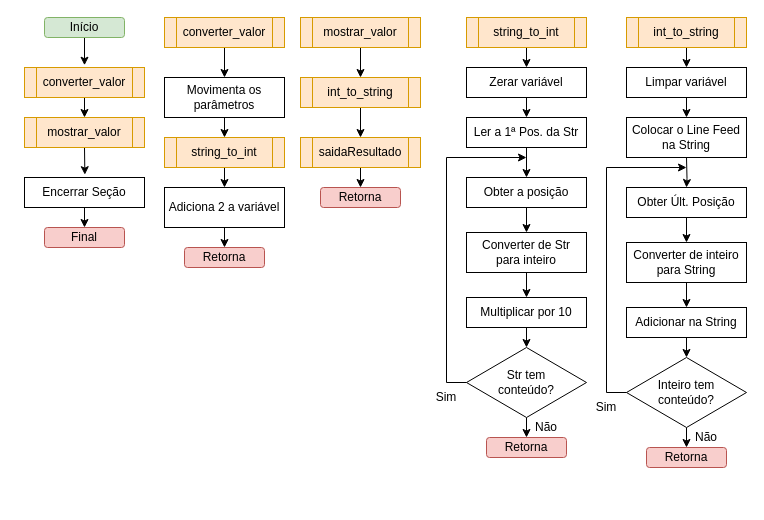
Earlier version of the draw.io diagram LivroAsm/Pictures/cap01/programa14.drawio (fernandoans/publicacoes). Source tidied: cells renumbered, new cells numbered last; positions are measured from the earlier drawing's top-left corner, leaving out a move shared by most shapes. Both pictures are drawn from the tidied source at 100%, with x=0, y=0 at pixel (24, 17).
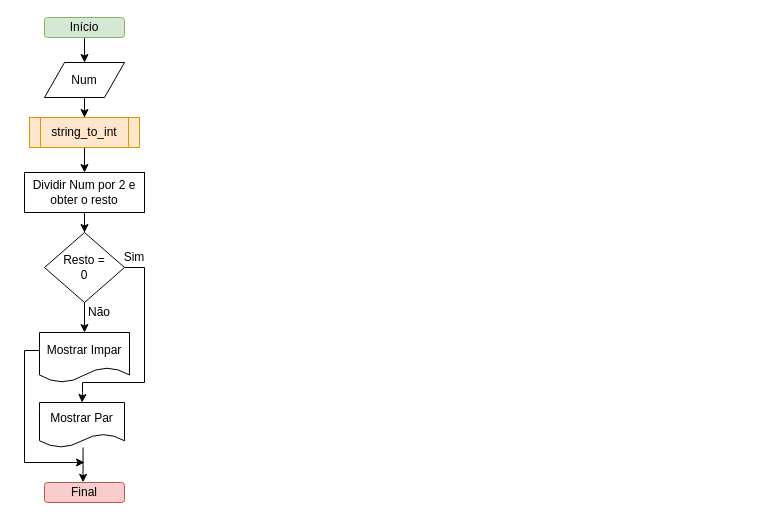
After the change.

Unchanged cells that the change refers to:
```xml
<mxCell id="3" value="Início" style="rounded=1;whiteSpace=wrap;html=1;fillColor=#d5e8d4;strokeColor=#82b366;" parent="1" vertex="1">
  <mxGeometry x="20" width="80" height="20" as="geometry" />
</mxCell>
```

Diff of the diagram source:
```diff
@@
-    <mxCell id="2" style="edgeStyle=orthogonalEdgeStyle;rounded=0;jettySize=auto;html=1;entryX=0.5;entryY=-0.076;entryDx=0;entryDy=0;entryPerimeter=0;" parent="1" edge="1" source="3" target="5">
+    <mxCell id="2" style="edgeStyle=orthogonalEdgeStyle;rounded=0;jettySize=auto;html=1;entryX=0.5;entryY=0;entryDx=0;entryDy=0;" parent="1" edge="1" source="3" target="64">
       <mxGeometry relative="1" as="geometry" />
     </mxCell>
@@
-    <mxCell id="4" style="edgeStyle=orthogonalEdgeStyle;rounded=0;jettySize=auto;html=1;exitX=0.5;exitY=1;exitDx=0;exitDy=0;entryX=0.5;entryY=0;entryDx=0;entryDy=0;" parent="1" edge="1" source="5" target="7">
-      <mxGeometry relative="1" as="geometry" />
-    </mxCell>
-    <mxCell id="5" value="converter_valor" style="shape=process;whiteSpace=wrap;html=1;backgroundOutline=1;fillColor=#ffe6cc;strokeColor=#d79b00;" parent="1" vertex="1">
-      <mxGeometry y="50" width="120" height="30" as="geometry" />
-    </mxCell>
-    <mxCell id="6" style="edgeStyle=orthogonalEdgeStyle;rounded=0;jettySize=auto;html=1;exitX=0.5;exitY=1;exitDx=0;exitDy=0;entryX=0.503;entryY=-0.094;entryDx=0;entryDy=0;entryPerimeter=0;" parent="1" edge="1" source="7" target="9">
-      <mxGeometry relative="1" as="geometry" />
-    </mxCell>
-    <mxCell id="7" value="mostrar_valor" style="shape=process;whiteSpace=wrap;html=1;backgroundOutline=1;fillColor=#ffe6cc;strokeColor=#d79b00;" parent="1" vertex="1">
-      <mxGeometry y="100" width="120" height="30" as="geometry" />
-    </mxCell>
-    <mxCell id="8" style="edgeStyle=orthogonalEdgeStyle;rounded=0;jettySize=auto;html=1;exitX=0.5;exitY=1;exitDx=0;exitDy=0;entryX=0.5;entryY=0;entryDx=0;entryDy=0;" parent="1" edge="1" source="9" target="10">
-      <mxGeometry relative="1" as="geometry" />
-    </mxCell>
-    <mxCell id="9" value="Encerrar Seção" style="rounded=0;whiteSpace=wrap;html=1;" parent="1" vertex="1">
-      <mxGeometry y="160" width="120" height="30" as="geometry" />
-    </mxCell>
+    <mxCell id="63" style="edgeStyle=orthogonalEdgeStyle;rounded=0;jettySize=auto;html=1;entryX=0.5;entryY=0;entryDx=0;entryDy=0;" parent="1" edge="1" source="64" target="66">
+      <mxGeometry relative="1" as="geometry" />
+    </mxCell>
+    <mxCell id="64" value="Num" style="shape=parallelogram;perimeter=parallelogramPerimeter;whiteSpace=wrap;html=1;fixedSize=1;" parent="1" vertex="1">
+      <mxGeometry x="20" y="45" width="80" height="35" as="geometry" />
+    </mxCell>
+    <mxCell id="65" style="edgeStyle=orthogonalEdgeStyle;rounded=0;jettySize=auto;html=1;" parent="1" edge="1" source="66" target="68">
+      <mxGeometry relative="1" as="geometry" />
+    </mxCell>
+    <mxCell id="66" value="string_to_int" style="shape=process;whiteSpace=wrap;html=1;backgroundOutline=1;fillColor=#ffe6cc;strokeColor=#d79b00;" parent="1" vertex="1">
+      <mxGeometry x="5" y="100" width="110" height="30" as="geometry" />
+    </mxCell>
+    <mxCell id="67" style="edgeStyle=orthogonalEdgeStyle;rounded=0;jettySize=auto;html=1;" parent="1" edge="1" source="68" target="71">
+      <mxGeometry relative="1" as="geometry" />
+    </mxCell>
+    <mxCell id="68" value="Dividir Num por 2 e obter o resto" style="whiteSpace=wrap;html=1;" parent="1" vertex="1">
+      <mxGeometry y="155" width="120" height="40" as="geometry" />
+    </mxCell>
+    <mxCell id="69" style="edgeStyle=orthogonalEdgeStyle;rounded=0;jettySize=auto;html=1;" parent="1" edge="1" source="71" target="73">
+      <mxGeometry relative="1" as="geometry" />
+    </mxCell>
+    <mxCell id="70" style="edgeStyle=orthogonalEdgeStyle;rounded=0;jettySize=auto;html=1;entryX=0.5;entryY=0;entryDx=0;entryDy=0;" parent="1" edge="1" source="71" target="75">
+      <mxGeometry relative="1" as="geometry">
+        <Array as="points">
+          <mxPoint x="120" y="250" />
+          <mxPoint x="120" y="365" />
+          <mxPoint x="58" y="365" />
+          <mxPoint x="58" y="375" />
+          <mxPoint x="58" y="375" />
+        </Array>
+      </mxGeometry>
+    </mxCell>
+    <mxCell id="71" value="Resto =&lt;br&gt;0" style="rhombus;whiteSpace=wrap;html=1;" parent="1" vertex="1">
+      <mxGeometry x="20" y="215" width="80" height="70" as="geometry" />
+    </mxCell>
+    <mxCell id="72" style="edgeStyle=orthogonalEdgeStyle;rounded=0;jettySize=auto;html=1;" parent="1" edge="1" source="73">
+      <mxGeometry relative="1" as="geometry">
+        <mxPoint x="60" y="445" as="targetPoint" />
+        <Array as="points">
+          <mxPoint y="333" />
+          <mxPoint y="445" />
+        </Array>
+      </mxGeometry>
+    </mxCell>
+    <mxCell id="73" value="Mostrar Impar" style="shape=document;whiteSpace=wrap;html=1;boundedLbl=1;" parent="1" vertex="1">
+      <mxGeometry x="15" y="315" width="90" height="50" as="geometry" />
+    </mxCell>
+    <mxCell id="74" style="edgeStyle=orthogonalEdgeStyle;rounded=0;jettySize=auto;html=1;entryX=0.482;entryY=-0.01;entryDx=0;entryDy=0;entryPerimeter=0;" parent="1" edge="1" source="75" target="10">
+      <mxGeometry relative="1" as="geometry">
+        <Array as="points">
+          <mxPoint x="59" y="465" />
+          <mxPoint x="59" y="465" />
+        </Array>
+      </mxGeometry>
+    </mxCell>
+    <mxCell id="75" value="Mostrar Par" style="shape=document;whiteSpace=wrap;html=1;boundedLbl=1;" parent="1" vertex="1">
+      <mxGeometry x="15" y="385" width="85" height="45" as="geometry" />
+    </mxCell>
     <mxCell id="10" value="Final" style="rounded=1;whiteSpace=wrap;html=1;fillColor=#f8cecc;strokeColor=#b85450;" parent="1" vertex="1">
-      <mxGeometry x="20" y="210" width="80" height="20" as="geometry" />
+      <mxGeometry x="20" y="465" width="80" height="20" as="geometry" />
     </mxCell>
-    <mxCell id="11" style="edgeStyle=orthogonalEdgeStyle;rounded=0;jettySize=auto;html=1;exitX=0.5;exitY=1;exitDx=0;exitDy=0;entryX=0.5;entryY=0;entryDx=0;entryDy=0;" parent="1" edge="1" source="12" target="14">
-      <mxGeometry relative="1" as="geometry" />
-    </mxCell>
-    <mxCell id="12" value="converter_valor" style="shape=process;whiteSpace=wrap;html=1;backgroundOutline=1;fillColor=#ffe6cc;strokeColor=#d79b00;" parent="1" vertex="1">
-      <mxGeometry x="140" width="120" height="30" as="geometry" />
-    </mxCell>
-    <mxCell id="13" style="edgeStyle=orthogonalEdgeStyle;rounded=0;jettySize=auto;html=1;exitX=0.5;exitY=1;exitDx=0;exitDy=0;entryX=0.5;entryY=0;entryDx=0;entryDy=0;" parent="1" edge="1" source="14" target="16">
-      <mxGeometry relative="1" as="geometry" />
-    </mxCell>
-    <mxCell id="14" value="Movimenta os parâmetros" style="rounded=0;whiteSpace=wrap;html=1;" parent="1" vertex="1">
-      <mxGeometry x="140" y="60" width="120" height="40" as="geometry" />
-    </mxCell>
-    <mxCell id="15" style="edgeStyle=orthogonalEdgeStyle;rounded=0;jettySize=auto;html=1;exitX=0.5;exitY=1;exitDx=0;exitDy=0;entryX=0.5;entryY=0;entryDx=0;entryDy=0;" parent="1" edge="1" source="16" target="26">
-      <mxGeometry relative="1" as="geometry" />
-    </mxCell>
-    <mxCell id="16" value="string_to_int" style="shape=process;whiteSpace=wrap;html=1;backgroundOutline=1;fillColor=#ffe6cc;strokeColor=#d79b00;" parent="1" vertex="1">
-      <mxGeometry x="140" y="120" width="120" height="30" as="geometry" />
-    </mxCell>
-    <mxCell id="17" value="Retorna" style="rounded=1;whiteSpace=wrap;html=1;fillColor=#f8cecc;strokeColor=#b85450;" parent="1" vertex="1">
-      <mxGeometry x="160" y="230" width="80" height="20" as="geometry" />
-    </mxCell>
-    <mxCell id="18" style="edgeStyle=orthogonalEdgeStyle;rounded=0;jettySize=auto;html=1;exitX=0.5;exitY=1;exitDx=0;exitDy=0;entryX=0.5;entryY=0;entryDx=0;entryDy=0;" parent="1" edge="1" source="19">
-      <mxGeometry relative="1" as="geometry">
-        <mxPoint x="336" y="60" as="targetPoint" />
-      </mxGeometry>
-    </mxCell>
-    <mxCell id="19" value="mostrar_valor" style="shape=process;whiteSpace=wrap;html=1;backgroundOutline=1;fillColor=#ffe6cc;strokeColor=#d79b00;" parent="1" vertex="1">
-      <mxGeometry x="276" width="120" height="30" as="geometry" />
-    </mxCell>
-    <mxCell id="20" style="edgeStyle=orthogonalEdgeStyle;rounded=0;jettySize=auto;html=1;exitX=0.5;exitY=1;exitDx=0;exitDy=0;entryX=0.5;entryY=0;entryDx=0;entryDy=0;" parent="1" edge="1" source="24" target="22">
-      <mxGeometry relative="1" as="geometry" />
-    </mxCell>
-    <mxCell id="21" style="edgeStyle=orthogonalEdgeStyle;rounded=0;jettySize=auto;html=1;exitX=0.5;exitY=1;exitDx=0;exitDy=0;entryX=0.5;entryY=0;entryDx=0;entryDy=0;" parent="1" edge="1" source="22" target="23">
-      <mxGeometry relative="1" as="geometry" />
-    </mxCell>
-    <mxCell id="22" value="saidaResultado" style="shape=process;whiteSpace=wrap;html=1;backgroundOutline=1;fillColor=#ffe6cc;strokeColor=#d79b00;" parent="1" vertex="1">
-      <mxGeometry x="276" y="120" width="120" height="30" as="geometry" />
-    </mxCell>
-    <mxCell id="23" value="Retorna" style="rounded=1;whiteSpace=wrap;html=1;fillColor=#f8cecc;strokeColor=#b85450;" parent="1" vertex="1">
-      <mxGeometry x="296" y="170" width="80" height="20" as="geometry" />
-    </mxCell>
-    <mxCell id="24" value="int_to_string" style="shape=process;whiteSpace=wrap;html=1;backgroundOutline=1;fillColor=#ffe6cc;strokeColor=#d79b00;" parent="1" vertex="1">
-      <mxGeometry x="276" y="60" width="120" height="30" as="geometry" />
-    </mxCell>
-    <mxCell id="25" style="edgeStyle=orthogonalEdgeStyle;rounded=0;jettySize=auto;html=1;exitX=0.5;exitY=1;exitDx=0;exitDy=0;entryX=0.5;entryY=0;entryDx=0;entryDy=0;" parent="1" edge="1" source="26" target="17">
-      <mxGeometry relative="1" as="geometry" />
-    </mxCell>
-    <mxCell id="26" value="Adiciona 2 a variável" style="rounded=0;whiteSpace=wrap;html=1;" parent="1" vertex="1">
-      <mxGeometry x="140" y="170" width="120" height="40" as="geometry" />
-    </mxCell>
-    <mxCell id="27" style="edgeStyle=orthogonalEdgeStyle;rounded=0;jettySize=auto;html=1;exitX=0.5;exitY=1;exitDx=0;exitDy=0;entryX=0.5;entryY=0;entryDx=0;entryDy=0;" parent="1" edge="1" source="28" target="40">
-      <mxGeometry relative="1" as="geometry" />
-    </mxCell>
-    <mxCell id="28" value="int_to_string" style="shape=process;whiteSpace=wrap;html=1;backgroundOutline=1;fillColor=#ffe6cc;strokeColor=#d79b00;" parent="1" vertex="1">
-      <mxGeometry x="602" width="120" height="30" as="geometry" />
-    </mxCell>
-    <mxCell id="29" style="edgeStyle=orthogonalEdgeStyle;rounded=0;jettySize=auto;html=1;exitX=0.5;exitY=1;exitDx=0;exitDy=0;entryX=0.5;entryY=0;entryDx=0;entryDy=0;" parent="1" edge="1" source="30" target="32">
-      <mxGeometry relative="1" as="geometry" />
-    </mxCell>
-    <mxCell id="30" value="string_to_int" style="shape=process;whiteSpace=wrap;html=1;backgroundOutline=1;fillColor=#ffe6cc;strokeColor=#d79b00;" parent="1" vertex="1">
-      <mxGeometry x="442" width="120" height="30" as="geometry" />
-    </mxCell>
-    <mxCell id="31" style="edgeStyle=orthogonalEdgeStyle;rounded=0;jettySize=auto;html=1;exitX=0.5;exitY=1;exitDx=0;exitDy=0;entryX=0.5;entryY=0;entryDx=0;entryDy=0;" parent="1" edge="1" source="32" target="36">
-      <mxGeometry relative="1" as="geometry" />
-    </mxCell>
-    <mxCell id="32" value="Zerar variável" style="rounded=0;whiteSpace=wrap;html=1;" parent="1" vertex="1">
-      <mxGeometry x="442" y="50" width="120" height="30" as="geometry" />
-    </mxCell>
-    <mxCell id="33" style="edgeStyle=orthogonalEdgeStyle;rounded=0;jettySize=auto;html=1;exitX=0.5;exitY=1;exitDx=0;exitDy=0;entryX=0.5;entryY=0;entryDx=0;entryDy=0;" parent="1" edge="1" source="34" target="38">
-      <mxGeometry relative="1" as="geometry" />
-    </mxCell>
-    <mxCell id="34" value="Str tem&lt;br&gt;conteúdo?" style="rhombus;whiteSpace=wrap;html=1;" parent="1" vertex="1">
-      <mxGeometry x="442" y="330" width="120" height="70" as="geometry" />
-    </mxCell>
-    <mxCell id="35" style="edgeStyle=orthogonalEdgeStyle;rounded=0;jettySize=auto;html=1;" parent="1" edge="1" source="36" target="43">
-      <mxGeometry relative="1" as="geometry" />
-    </mxCell>
-    <mxCell id="36" value="Ler a 1ª Pos. da Str" style="rounded=0;whiteSpace=wrap;html=1;" parent="1" vertex="1">
-      <mxGeometry x="442" y="100" width="120" height="30" as="geometry" />
-    </mxCell>
-    <mxCell id="37" style="edgeStyle=orthogonalEdgeStyle;rounded=0;jettySize=auto;html=1;exitX=0;exitY=0.5;exitDx=0;exitDy=0;" parent="1" edge="1" source="34">
-      <mxGeometry relative="1" as="geometry">
-        <mxPoint x="502" y="140" as="targetPoint" />
-        <Array as="points">
-          <mxPoint x="422" y="365" />
-          <mxPoint x="422" y="140" />
-        </Array>
-      </mxGeometry>
-    </mxCell>
-    <mxCell id="38" value="Retorna" style="rounded=1;whiteSpace=wrap;html=1;fillColor=#f8cecc;strokeColor=#b85450;" parent="1" vertex="1">
-      <mxGeometry x="462" y="420" width="80" height="20" as="geometry" />
-    </mxCell>
-    <mxCell id="39" style="edgeStyle=orthogonalEdgeStyle;rounded=0;jettySize=auto;html=1;exitX=0.5;exitY=1;exitDx=0;exitDy=0;entryX=0.5;entryY=0;entryDx=0;entryDy=0;" parent="1" edge="1" source="40" target="41">
-      <mxGeometry relative="1" as="geometry" />
-    </mxCell>
-    <mxCell id="40" value="Limpar variável" style="rounded=0;whiteSpace=wrap;html=1;" parent="1" vertex="1">
-      <mxGeometry x="602" y="50" width="120" height="30" as="geometry" />
-    </mxCell>
-    <mxCell id="41" value="Colocar o Line Feed na String" style="rounded=0;whiteSpace=wrap;html=1;" parent="1" vertex="1">
-      <mxGeometry x="602" y="100" width="120" height="40" as="geometry" />
-    </mxCell>
-    <mxCell id="42" style="edgeStyle=orthogonalEdgeStyle;rounded=0;jettySize=auto;html=1;exitX=0.5;exitY=1;exitDx=0;exitDy=0;entryX=0.5;entryY=0;entryDx=0;entryDy=0;" parent="1" edge="1" source="43" target="45">
-      <mxGeometry relative="1" as="geometry" />
-    </mxCell>
-    <mxCell id="43" value="Obter a posição" style="rounded=0;whiteSpace=wrap;html=1;" parent="1" vertex="1">
-      <mxGeometry x="442" y="160" width="120" height="30" as="geometry" />
-    </mxCell>
-    <mxCell id="44" style="edgeStyle=orthogonalEdgeStyle;rounded=0;jettySize=auto;html=1;exitX=0.5;exitY=1;exitDx=0;exitDy=0;entryX=0.5;entryY=0;entryDx=0;entryDy=0;" parent="1" edge="1" source="45" target="47">
-      <mxGeometry relative="1" as="geometry" />
-    </mxCell>
-    <mxCell id="45" value="Converter de Str &lt;br&gt;para inteiro" style="rounded=0;whiteSpace=wrap;html=1;" parent="1" vertex="1">
-      <mxGeometry x="442" y="215" width="120" height="40" as="geometry" />
-    </mxCell>
-    <mxCell id="46" style="edgeStyle=orthogonalEdgeStyle;rounded=0;jettySize=auto;html=1;exitX=0.5;exitY=1;exitDx=0;exitDy=0;entryX=0.5;entryY=0;entryDx=0;entryDy=0;" parent="1" edge="1" source="47" target="34">
-      <mxGeometry relative="1" as="geometry" />
-    </mxCell>
-    <mxCell id="47" value="Multiplicar por 10" style="rounded=0;whiteSpace=wrap;html=1;" parent="1" vertex="1">
-      <mxGeometry x="442" y="280" width="120" height="30" as="geometry" />
-    </mxCell>
-    <mxCell id="48" value="Sim" style="text;html=1;strokeColor=none;fillColor=none;align=center;verticalAlign=middle;whiteSpace=wrap;rounded=0;" parent="1" vertex="1">
-      <mxGeometry x="402" y="370" width="40" height="20" as="geometry" />
-    </mxCell>
-    <mxCell id="49" value="Não" style="text;html=1;strokeColor=none;fillColor=none;align=center;verticalAlign=middle;whiteSpace=wrap;rounded=0;" parent="1" vertex="1">
-      <mxGeometry x="502" y="400" width="40" height="20" as="geometry" />
-    </mxCell>
-    <mxCell id="50" style="edgeStyle=orthogonalEdgeStyle;rounded=0;jettySize=auto;html=1;exitX=0.5;exitY=1;exitDx=0;exitDy=0;entryX=0.5;entryY=0;entryDx=0;entryDy=0;" parent="1" edge="1" source="51" target="54">
-      <mxGeometry relative="1" as="geometry" />
-    </mxCell>
-    <mxCell id="51" value="Inteiro tem&lt;br&gt;conteúdo?" style="rhombus;whiteSpace=wrap;html=1;" parent="1" vertex="1">
-      <mxGeometry x="602" y="340" width="120" height="70" as="geometry" />
-    </mxCell>
-    <mxCell id="52" style="edgeStyle=orthogonalEdgeStyle;rounded=0;jettySize=auto;html=1;" parent="1" edge="1" target="56">
-      <mxGeometry relative="1" as="geometry">
-        <mxPoint x="662" y="140" as="sourcePoint" />
-      </mxGeometry>
-    </mxCell>
-    <mxCell id="53" style="edgeStyle=orthogonalEdgeStyle;rounded=0;jettySize=auto;html=1;exitX=0;exitY=0.5;exitDx=0;exitDy=0;" parent="1" edge="1" source="51">
-      <mxGeometry relative="1" as="geometry">
-        <mxPoint x="662" y="150" as="targetPoint" />
-        <Array as="points">
-          <mxPoint x="582" y="375" />
-          <mxPoint x="582" y="150" />
-        </Array>
-      </mxGeometry>
-    </mxCell>
-    <mxCell id="54" value="Retorna" style="rounded=1;whiteSpace=wrap;html=1;fillColor=#f8cecc;strokeColor=#b85450;" parent="1" vertex="1">
-      <mxGeometry x="622" y="430" width="80" height="20" as="geometry" />
-    </mxCell>
-    <mxCell id="55" style="edgeStyle=orthogonalEdgeStyle;rounded=0;jettySize=auto;html=1;exitX=0.5;exitY=1;exitDx=0;exitDy=0;entryX=0.5;entryY=0;entryDx=0;entryDy=0;" parent="1" edge="1" source="56" target="58">
-      <mxGeometry relative="1" as="geometry" />
-    </mxCell>
-    <mxCell id="56" value="Obter Últ. Posição" style="rounded=0;whiteSpace=wrap;html=1;" parent="1" vertex="1">
-      <mxGeometry x="602" y="170" width="120" height="30" as="geometry" />
-    </mxCell>
-    <mxCell id="57" style="edgeStyle=orthogonalEdgeStyle;rounded=0;jettySize=auto;html=1;exitX=0.5;exitY=1;exitDx=0;exitDy=0;entryX=0.5;entryY=0;entryDx=0;entryDy=0;" parent="1" edge="1" source="58" target="60">
-      <mxGeometry relative="1" as="geometry" />
-    </mxCell>
-    <mxCell id="58" value="Converter de inteiro para String" style="rounded=0;whiteSpace=wrap;html=1;" parent="1" vertex="1">
-      <mxGeometry x="602" y="225" width="120" height="40" as="geometry" />
-    </mxCell>
-    <mxCell id="59" style="edgeStyle=orthogonalEdgeStyle;rounded=0;jettySize=auto;html=1;exitX=0.5;exitY=1;exitDx=0;exitDy=0;entryX=0.5;entryY=0;entryDx=0;entryDy=0;" parent="1" edge="1" source="60" target="51">
-      <mxGeometry relative="1" as="geometry" />
-    </mxCell>
-    <mxCell id="60" value="Adicionar na String" style="rounded=0;whiteSpace=wrap;html=1;" parent="1" vertex="1">
-      <mxGeometry x="602" y="290" width="120" height="30" as="geometry" />
-    </mxCell>
-    <mxCell id="61" value="Sim" style="text;html=1;strokeColor=none;fillColor=none;align=center;verticalAlign=middle;whiteSpace=wrap;rounded=0;" parent="1" vertex="1">
-      <mxGeometry x="562" y="380" width="40" height="20" as="geometry" />
-    </mxCell>
-    <mxCell id="62" value="Não" style="text;html=1;strokeColor=none;fillColor=none;align=center;verticalAlign=middle;whiteSpace=wrap;rounded=0;" parent="1" vertex="1">
-      <mxGeometry x="662" y="410" width="40" height="20" as="geometry" />
-    </mxCell>
+    <mxCell id="76" value="Sim" style="text;html=1;strokeColor=none;fillColor=none;align=center;verticalAlign=middle;whiteSpace=wrap;rounded=0;" parent="1" vertex="1">
+      <mxGeometry x="90" y="225" width="40" height="30" as="geometry" />
+    </mxCell>
+    <mxCell id="77" value="Não" style="text;html=1;strokeColor=none;fillColor=none;align=center;verticalAlign=middle;whiteSpace=wrap;rounded=0;" parent="1" vertex="1">
+      <mxGeometry x="50" y="285" width="50" height="20" as="geometry" />
+    </mxCell>
```
